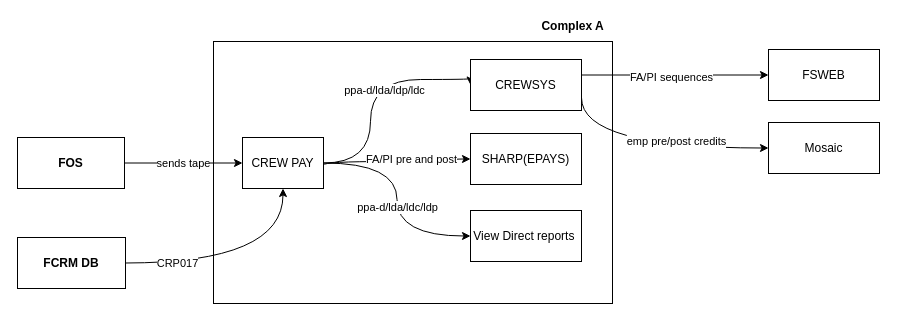
The draw.io diagram page "crewpay current" (4 of 4) of Untitled Diagram.drawio in pradeepchamarthi/azuredatafactory, before the edit. Source tidied: cells renumbered, new cells numbered last; positions are measured from the earlier drawing's top-left corner, leaving out a move shared by most shapes. Both pictures are drawn from the tidied source at 100%, with x=0, y=0 at pixel (17, 17).
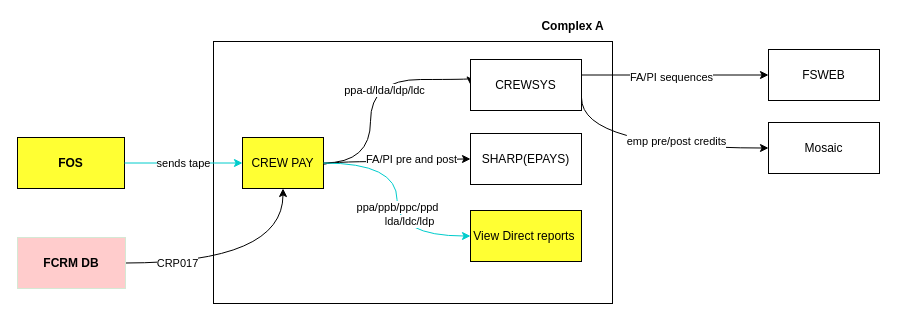
The same page after the edit.

Change to the diagram source:
```diff
@@
-    <mxCell id="5" value="&lt;b&gt;FOS&lt;/b&gt;" style="rounded=0;whiteSpace=wrap;html=1;" parent="1" vertex="1">
+    <mxCell id="5" value="&lt;b&gt;FOS&lt;/b&gt;" style="rounded=0;whiteSpace=wrap;html=1;fillColor=#FFFF33;" parent="1" vertex="1">
       <mxGeometry y="120" width="107" height="51" as="geometry" />
     </mxCell>
@@
-    <mxCell id="7" value="FCRM DB" style="rounded=0;whiteSpace=wrap;html=1;fontStyle=1;" parent="1" vertex="1">
+    <mxCell id="7" value="FCRM DB" style="rounded=0;whiteSpace=wrap;html=1;fontStyle=1;strokeColor=#D5E8D4;fillColor=#FFCCCC;" parent="1" vertex="1">
       <mxGeometry y="220" width="108" height="51" as="geometry" />
     </mxCell>
-    <mxCell id="8" value="View Direct reports&amp;nbsp;" style="rounded=0;whiteSpace=wrap;html=1;" parent="1" vertex="1">
-      <mxGeometry x="453" y="193" width="111" height="51" as="geometry" />
-    </mxCell>
@@
-    <mxCell id="12" value="CREW PAY" style="rounded=0;whiteSpace=wrap;html=1;" parent="1" vertex="1">
+    <mxCell id="12" value="CREW PAY" style="rounded=0;whiteSpace=wrap;html=1;fillColor=#FFFF33;" parent="1" vertex="1">
       <mxGeometry x="225" y="120" width="81" height="51" as="geometry" />
     </mxCell>
@@
-    <mxCell id="16" value="sends tape" style="edgeStyle=orthogonalEdgeStyle;rounded=0;jettySize=auto;html=1;exitX=1;exitY=0.5;exitDx=0;exitDy=0;entryX=0;entryY=0.5;entryDx=0;entryDy=0;" parent="1" edge="1" source="5" target="12">
+    <mxCell id="16" value="sends tape" style="edgeStyle=orthogonalEdgeStyle;rounded=0;jettySize=auto;html=1;exitX=1;exitY=0.5;exitDx=0;exitDy=0;entryX=0;entryY=0.5;entryDx=0;entryDy=0;fillColor=#00CC00;strokeColor=#00CCCC;" parent="1" edge="1" source="5" target="12">
       <mxGeometry relative="1" as="geometry">
         <Array as="points">
           <mxPoint x="154" y="146" />
           <mxPoint x="154" y="146" />
         </Array>
       </mxGeometry>
     </mxCell>
@@
-    <mxCell id="20" value="ppa-d/lda/ldc/ldp" style="edgeStyle=orthogonalEdgeStyle;curved=1;rounded=0;jettySize=auto;html=1;exitX=1;exitY=0.5;exitDx=0;exitDy=0;entryX=0;entryY=0.5;entryDx=0;entryDy=0;" parent="1" edge="1" source="12" target="8">
+    <mxCell id="20" value="ppa/ppb/ppc/ppd" style="edgeStyle=orthogonalEdgeStyle;curved=1;rounded=0;jettySize=auto;html=1;exitX=1;exitY=0.5;exitDx=0;exitDy=0;entryX=0;entryY=0.5;entryDx=0;entryDy=0;fillColor=#FFFF33;strokeColor=#00CCCC;" parent="1" edge="1" source="12" target="8">
       <mxGeometry x="0.07" relative="1" as="geometry" />
     </mxCell>
+    <mxCell id="22" value="lda/ldc/ldp" style="edgeLabel;html=1;align=center;verticalAlign=middle;" parent="20" vertex="1">
+      <mxGeometry x="0.19" y="12" relative="1" as="geometry" />
+    </mxCell>
@@
+    <mxCell id="8" value="View Direct reports&amp;nbsp;" style="rounded=0;whiteSpace=wrap;html=1;fillColor=#FFFF33;" parent="1" vertex="1">
+      <mxGeometry x="453" y="193" width="111" height="51" as="geometry" />
+    </mxCell>
```
